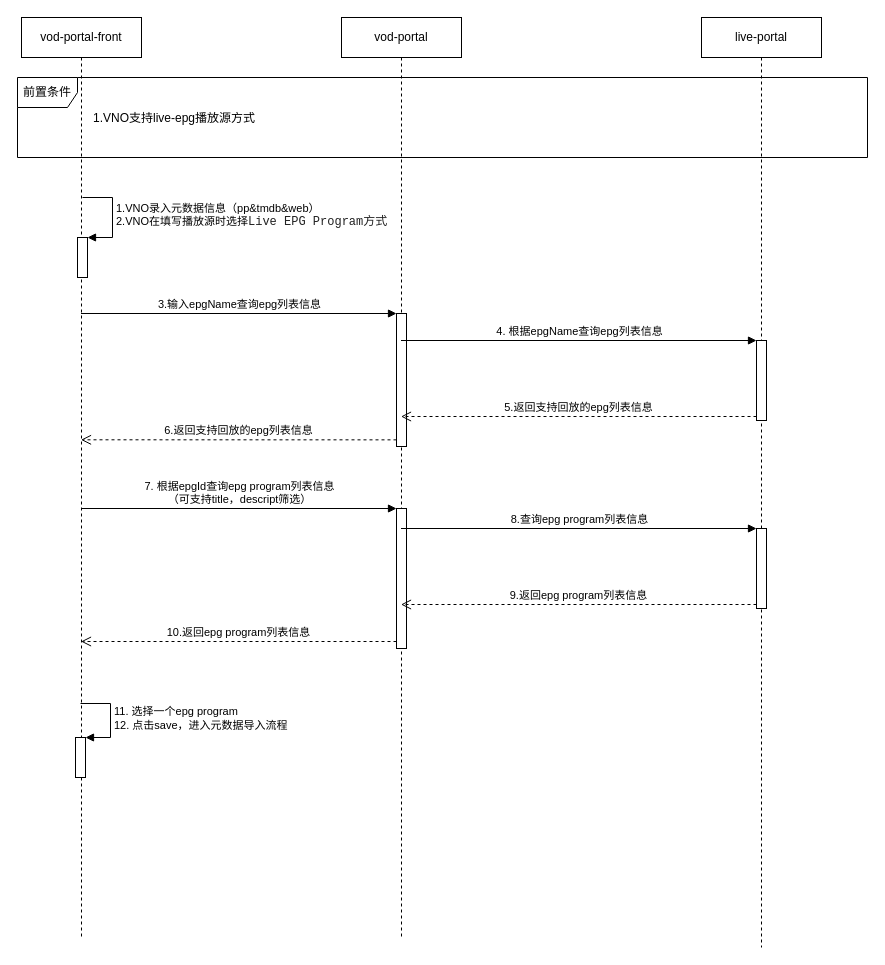
Above: page "2.单个影片录入epg片源" (2 of 3) of liveEPG转VOD.drawio in beixiaohai/goose (draw.io), before the change. Source tidied: cells renumbered, new cells numbered last; positions are measured from the earlier drawing's top-left corner, leaving out a move shared by most shapes. Both pictures are drawn from the tidied source at 100%, with x=0, y=0 at pixel (17, 17).
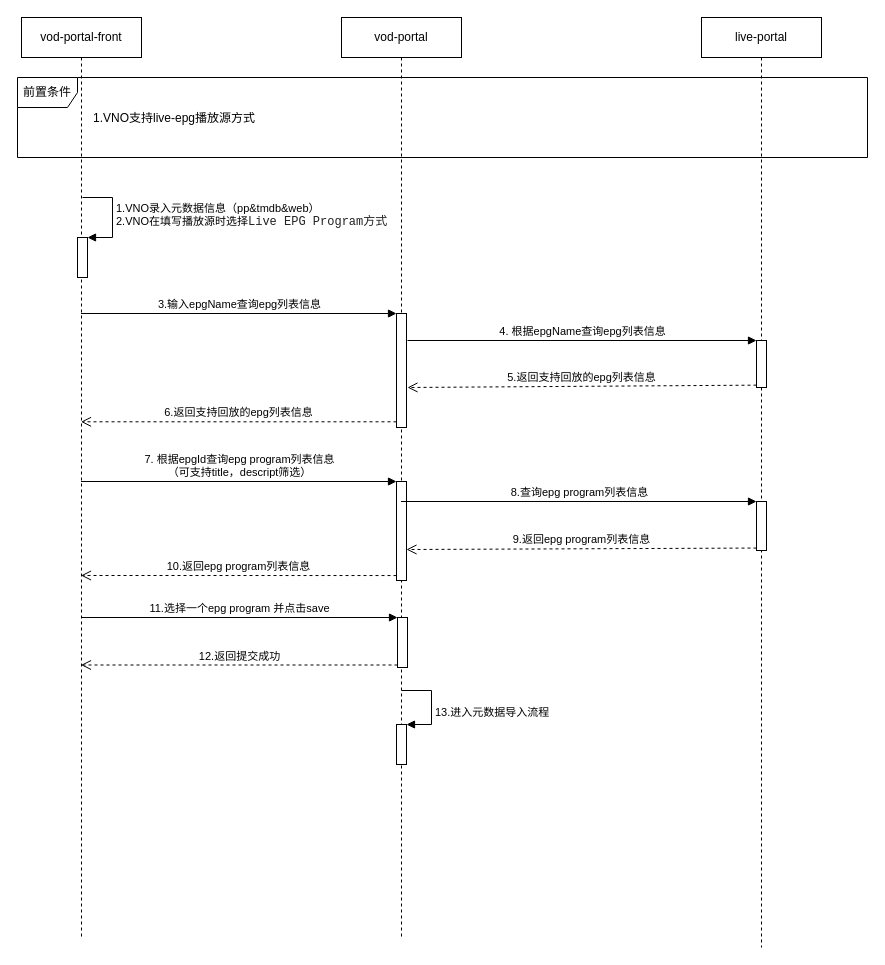
The same page after the edit.

Unchanged cells that the change refers to:
```xml
<mxCell id="2" value="vod-portal-front" style="shape=umlLifeline;perimeter=lifelinePerimeter;whiteSpace=wrap;html=1;outlineConnect=0;" parent="1" vertex="1">
  <mxGeometry x="4" width="120" height="920" as="geometry" />
</mxCell>
<mxCell id="7" value="vod-portal" style="shape=umlLifeline;perimeter=lifelinePerimeter;whiteSpace=wrap;html=1;" parent="1" vertex="1">
  <mxGeometry x="324" width="120" height="920" as="geometry" />
</mxCell>
<mxCell id="10" value="live-portal" style="shape=umlLifeline;perimeter=lifelinePerimeter;whiteSpace=wrap;html=1;" parent="1" vertex="1">
  <mxGeometry x="684" width="120" height="930" as="geometry" />
</mxCell>
```

Diff of the diagram source:
```diff
@@
-    <mxCell id="5" style="html=1;points=[];perimeter=orthogonalPerimeter;" parent="2" vertex="1">
-      <mxGeometry x="54" y="720" width="10" height="40" as="geometry" />
-    </mxCell>
-    <mxCell id="6" value="11. 选择一个epg program&lt;br&gt;12. 点击save，进入元数据导入流程" style="edgeStyle=orthogonalEdgeStyle;html=1;align=left;spacingLeft=2;endArrow=block;rounded=0;entryX=1;entryY=0;" parent="2" edge="1" target="5">
-      <mxGeometry relative="1" as="geometry">
-        <mxPoint x="59" y="686" as="sourcePoint" />
-        <Array as="points">
-          <mxPoint x="89" y="686" />
-        </Array>
-      </mxGeometry>
-    </mxCell>
@@
     <mxCell id="8" style="html=1;points=[];perimeter=orthogonalPerimeter;" parent="7" vertex="1">
-      <mxGeometry x="55" y="296" width="10" height="133" as="geometry" />
+      <mxGeometry x="55" y="296" width="10" height="114" as="geometry" />
     </mxCell>
     <mxCell id="9" style="html=1;points=[];perimeter=orthogonalPerimeter;" parent="7" vertex="1">
-      <mxGeometry x="55" y="491" width="10" height="140" as="geometry" />
+      <mxGeometry x="55" y="464" width="10" height="99" as="geometry" />
     </mxCell>
+    <mxCell id="5" style="html=1;points=[];perimeter=orthogonalPerimeter;" parent="7" vertex="1">
+      <mxGeometry x="55" y="707" width="10" height="40" as="geometry" />
+    </mxCell>
+    <mxCell id="6" value="&lt;br&gt;13.进入元数据导入流程" style="edgeStyle=orthogonalEdgeStyle;html=1;align=left;spacingLeft=2;endArrow=block;rounded=0;entryX=1;entryY=0;" parent="7" edge="1" target="5">
+      <mxGeometry relative="1" as="geometry">
+        <mxPoint x="60" y="673" as="sourcePoint" />
+        <Array as="points">
+          <mxPoint x="90" y="673" />
+        </Array>
+      </mxGeometry>
+    </mxCell>
+    <mxCell id="23" style="html=1;points=[];perimeter=orthogonalPerimeter;" parent="7" vertex="1">
+      <mxGeometry x="56" y="600" width="10" height="50" as="geometry" />
+    </mxCell>
@@
     <mxCell id="11" style="html=1;points=[];perimeter=orthogonalPerimeter;" parent="10" vertex="1">
-      <mxGeometry x="55" y="323" width="10" height="80" as="geometry" />
+      <mxGeometry x="55" y="323" width="10" height="47" as="geometry" />
     </mxCell>
     <mxCell id="12" style="html=1;points=[];perimeter=orthogonalPerimeter;" parent="10" vertex="1">
-      <mxGeometry x="55" y="511" width="10" height="80" as="geometry" />
+      <mxGeometry x="55" y="484" width="10" height="49" as="geometry" />
     </mxCell>
@@
-    <mxCell id="16" value="6.返回支持回放的epg列表信息" style="html=1;verticalAlign=bottom;endArrow=open;dashed=1;endSize=8;exitX=0;exitY=0.95;rounded=0;" parent="1" edge="1" source="8">
-      <mxGeometry relative="1" as="geometry">
-        <mxPoint x="63.5" y="422.3" as="targetPoint" />
-      </mxGeometry>
+    <mxCell id="16" value="6.返回支持回放的epg列表信息" style="html=1;verticalAlign=bottom;endArrow=open;dashed=1;endSize=8;exitX=0;exitY=0.95;rounded=0;" parent="1" edge="1" source="8" target="2">
+      <mxGeometry relative="1" as="geometry" />
     </mxCell>
     <mxCell id="17" value="4. 根据epgName查询epg列表信息" style="html=1;verticalAlign=bottom;endArrow=block;entryX=0;entryY=0;rounded=0;" parent="1" edge="1" target="11">
       <mxGeometry relative="1" as="geometry">
-        <mxPoint x="383.5" y="323" as="sourcePoint" />
+        <mxPoint x="390" y="323" as="sourcePoint" />
       </mxGeometry>
     </mxCell>
     <mxCell id="18" value="5.返回支持回放的epg列表信息" style="html=1;verticalAlign=bottom;endArrow=open;dashed=1;endSize=8;exitX=0;exitY=0.95;rounded=0;" parent="1" edge="1" source="11">
       <mxGeometry relative="1" as="geometry">
-        <mxPoint x="383.5" y="399" as="targetPoint" />
+        <mxPoint x="390" y="370" as="targetPoint" />
       </mxGeometry>
     </mxCell>
     <mxCell id="19" value="10.返回epg program列表信息" style="html=1;verticalAlign=bottom;endArrow=open;dashed=1;endSize=8;exitX=0;exitY=0.95;rounded=0;" parent="1" edge="1" source="9">
       <mxGeometry relative="1" as="geometry">
-        <mxPoint x="63.5" y="624" as="targetPoint" />
+        <mxPoint x="63.5" y="558" as="targetPoint" />
       </mxGeometry>
     </mxCell>
     <mxCell id="20" value="7. 根据epgId查询epg program列表信息&lt;br&gt;（可支持title，descript筛选）" style="html=1;verticalAlign=bottom;endArrow=block;entryX=0;entryY=0;rounded=0;" parent="1" edge="1" target="9">
       <mxGeometry relative="1" as="geometry">
-        <mxPoint x="63.5" y="491" as="sourcePoint" />
+        <mxPoint x="63.5" y="464" as="sourcePoint" />
       </mxGeometry>
     </mxCell>
     <mxCell id="21" value="8.查询epg program列表信息" style="html=1;verticalAlign=bottom;endArrow=block;entryX=0;entryY=0;rounded=0;" parent="1" edge="1" target="12">
       <mxGeometry relative="1" as="geometry">
-        <mxPoint x="383.5" y="511" as="sourcePoint" />
+        <mxPoint x="383.5" y="484" as="sourcePoint" />
       </mxGeometry>
     </mxCell>
-    <mxCell id="22" value="9.返回epg program列表信息" style="html=1;verticalAlign=bottom;endArrow=open;dashed=1;endSize=8;exitX=0;exitY=0.95;rounded=0;" parent="1" edge="1" source="12">
-      <mxGeometry relative="1" as="geometry">
-        <mxPoint x="383.5" y="587" as="targetPoint" />
-      </mxGeometry>
+    <mxCell id="22" value="9.返回epg program列表信息" style="html=1;verticalAlign=bottom;endArrow=open;dashed=1;endSize=8;exitX=0;exitY=0.95;rounded=0;entryX=1;entryY=0.687;entryDx=0;entryDy=0;entryPerimeter=0;" parent="1" edge="1" source="12" target="9">
+      <mxGeometry relative="1" as="geometry" />
     </mxCell>
+    <mxCell id="24" value="12.返回提交成功" style="html=1;verticalAlign=bottom;endArrow=open;dashed=1;endSize=8;exitX=0;exitY=0.95;rounded=0;" parent="1" edge="1" source="23" target="2">
+      <mxGeometry relative="1" as="geometry" />
+    </mxCell>
+    <mxCell id="25" value="11.选择一个epg program 并点击save" style="html=1;verticalAlign=bottom;endArrow=block;entryX=0;entryY=0;rounded=0;" parent="1" edge="1" source="2" target="23">
+      <mxGeometry relative="1" as="geometry" />
+    </mxCell>
```
